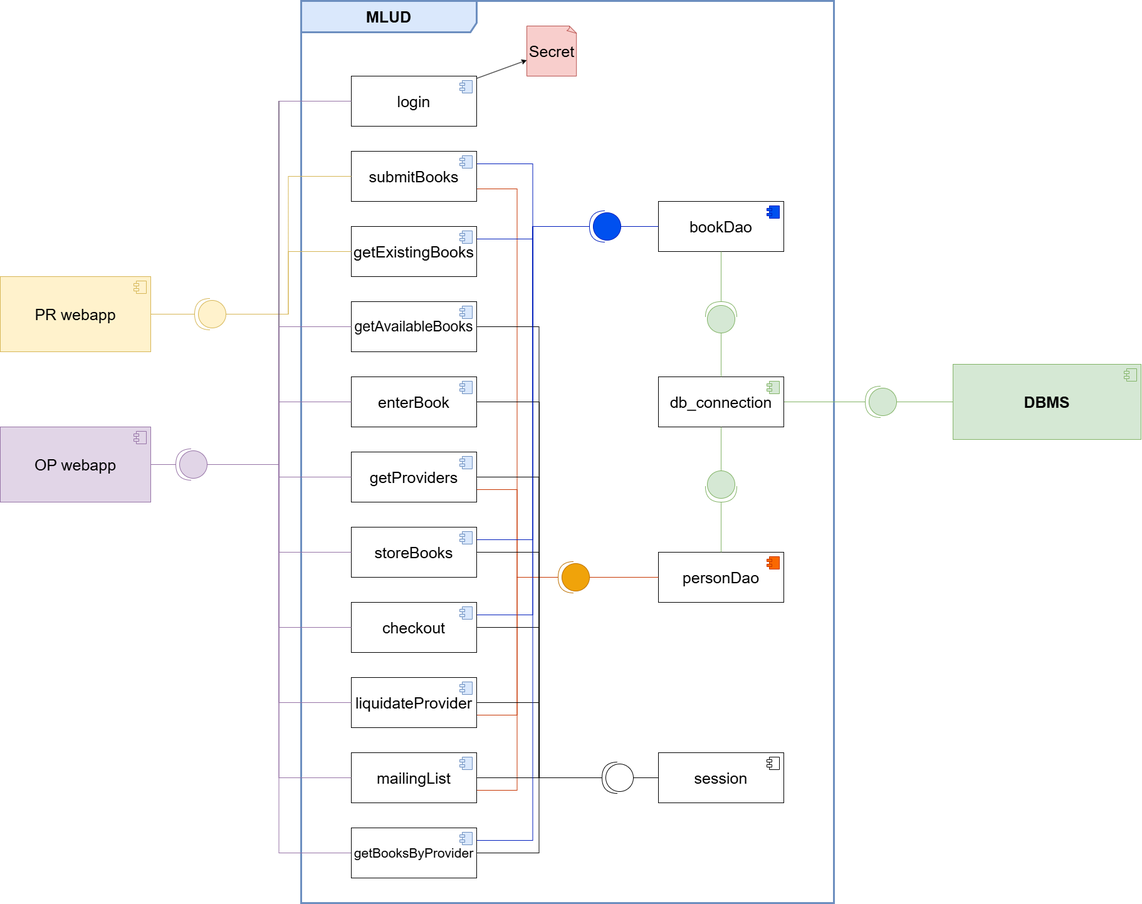
Earlier version of the draw.io export documentation/assets/component_diagram.png (pontig/lokalino_mlud). Source tidied: cells renumbered, new cells last; positions are measured from the earlier drawing's top-left corner, leaving out a move shared by most shapes.
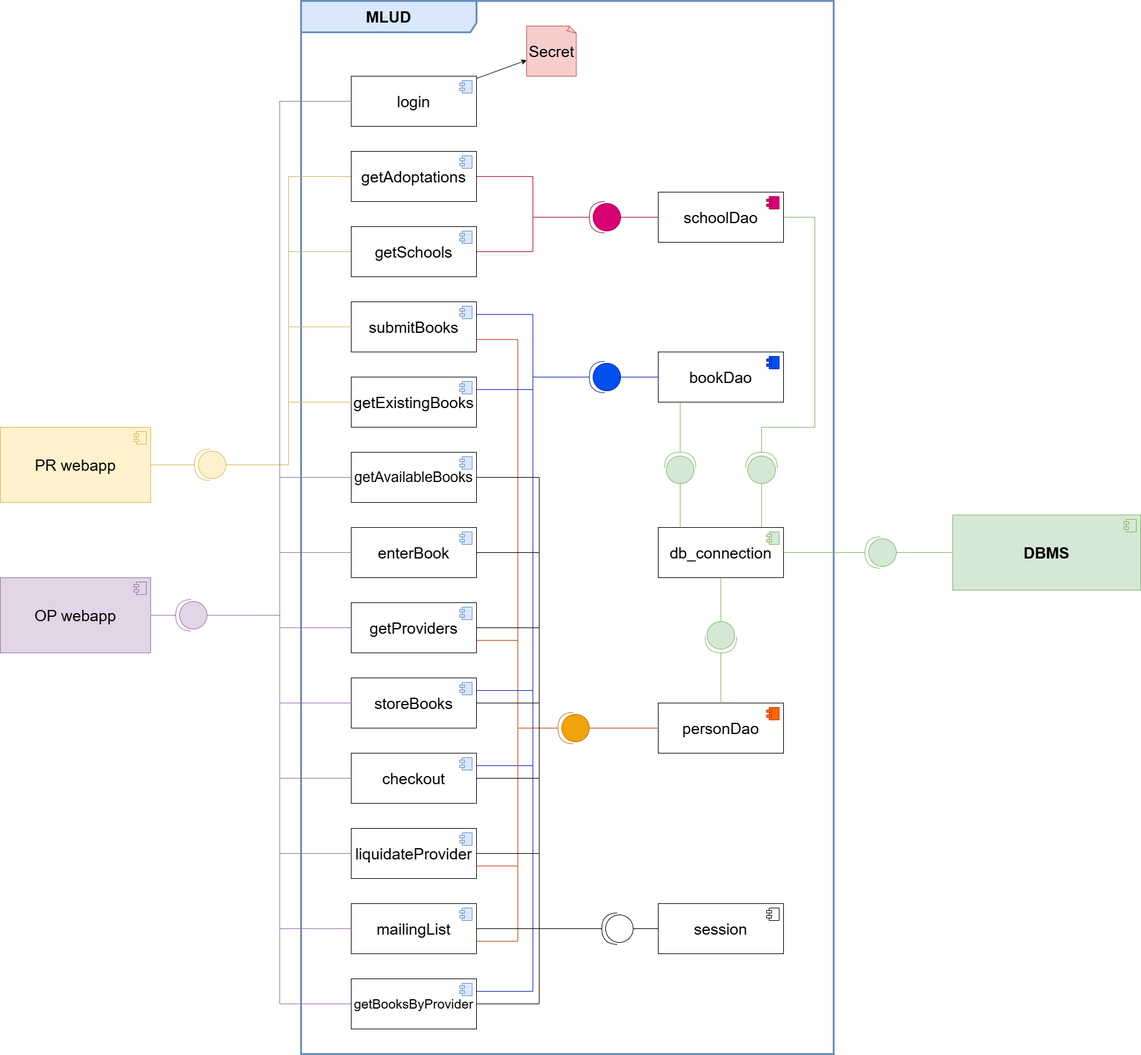
After the change.

The edit, as a diff of the source:
```diff
@@ -42,7 +42,7 @@
       <mxGeometry relative="1" as="geometry" />
     </mxCell>
     <mxCell id="13" value="login" style="html=1;whiteSpace=wrap;fontSize=25;" parent="1" vertex="1">
-      <mxGeometry x="560" y="120" width="200" height="80" as="geometry" />
+      <mxGeometry x="560" y="-120" width="200" height="80" as="geometry" />
     </mxCell>
     <mxCell id="14" style="shape=module;jettyWidth=8;jettyHeight=4;fontSize=25;fillColor=#dae8fc;strokeColor=#6c8ebf;" parent="13" vertex="1">
       <mxGeometry x="1" width="20" height="20" relative="1" as="geometry">
@@ -105,7 +105,7 @@
       </mxGeometry>
     </mxCell>
     <mxCell id="30" value="&lt;font&gt;MLUD&lt;/font&gt;" style="shape=umlFrame;whiteSpace=wrap;html=1;width=280;height=50;fontStyle=1;fillColor=#dae8fc;strokeColor=#6c8ebf;strokeWidth=3;fontSize=25;" parent="1" vertex="1">
-      <mxGeometry x="480" width="850" height="1440" as="geometry" />
+      <mxGeometry x="480" y="-240" width="850" height="1680" as="geometry" />
     </mxCell>
     <mxCell id="31" value="bookDao" style="html=1;whiteSpace=wrap;fontSize=25;" parent="1" vertex="1">
       <mxGeometry x="1050" y="320" width="200" height="80" as="geometry" />
@@ -135,7 +135,7 @@
       </mxGeometry>
     </mxCell>
     <mxCell id="38" value="Secret" style="whiteSpace=wrap;html=1;shape=mxgraph.basic.document;fontSize=25;fillColor=#f8cecc;strokeColor=#b85450;" parent="1" vertex="1">
-      <mxGeometry x="840" y="40" width="80" height="80" as="geometry" />
+      <mxGeometry x="840" y="-200" width="80" height="80" as="geometry" />
     </mxCell>
     <mxCell id="39" value="personDao" style="html=1;whiteSpace=wrap;fontSize=25;" parent="1" vertex="1">
       <mxGeometry x="1050" y="880" width="200" height="80" as="geometry" />
@@ -171,13 +171,23 @@
       <mxGeometry x="1380" y="615" width="50" height="50" as="geometry" />
     </mxCell>
     <mxCell id="48" style="edgeStyle=orthogonalEdgeStyle;rounded=0;jettySize=auto;html=1;endArrow=none;startFill=0;fontSize=25;fillColor=#d5e8d4;strokeColor=#82b366;" parent="1" edge="1" source="50" target="31">
-      <mxGeometry relative="1" as="geometry" />
+      <mxGeometry relative="1" as="geometry">
+        <Array as="points">
+          <mxPoint x="1085" y="420" />
+          <mxPoint x="1085" y="420" />
+        </Array>
+      </mxGeometry>
     </mxCell>
     <mxCell id="49" style="edgeStyle=orthogonalEdgeStyle;rounded=0;jettySize=auto;html=1;endArrow=none;startFill=0;fontSize=25;fillColor=#d5e8d4;strokeColor=#82b366;" parent="1" edge="1" source="50" target="34">
-      <mxGeometry relative="1" as="geometry" />
+      <mxGeometry relative="1" as="geometry">
+        <Array as="points">
+          <mxPoint x="1085" y="570" />
+          <mxPoint x="1085" y="570" />
+        </Array>
+      </mxGeometry>
     </mxCell>
     <mxCell id="50" style="shape=providedRequiredInterface;html=1;verticalLabelPosition=bottom;sketch=0;flipH=1;direction=north;fontSize=25;fillColor=#d5e8d4;strokeColor=#82b366;" parent="1" vertex="1">
-      <mxGeometry x="1125" y="480" width="50" height="50" as="geometry" />
+      <mxGeometry x="1060" y="480" width="50" height="50" as="geometry" />
     </mxCell>
     <mxCell id="51" style="edgeStyle=orthogonalEdgeStyle;rounded=0;jettySize=auto;html=1;endArrow=none;startFill=0;fontSize=25;fillColor=#d5e8d4;strokeColor=#82b366;" parent="1" edge="1" source="53" target="34">
       <mxGeometry relative="1" as="geometry" />
@@ -240,6 +250,12 @@
     <mxCell id="69" style="edgeStyle=elbowEdgeStyle;rounded=0;jettySize=auto;html=1;endArrow=none;startFill=0;fontSize=25;fillColor=#fff2cc;strokeColor=#d6b656;" parent="1" edge="1" source="70" target="7">
       <mxGeometry relative="1" as="geometry" />
     </mxCell>
+    <mxCell id="91" style="edgeStyle=elbowEdgeStyle;rounded=0;jettySize=auto;html=1;endArrow=none;startFill=0;fillColor=#fff2cc;strokeColor=#d6b656;" parent="1" edge="1" source="70" target="94">
+      <mxGeometry relative="1" as="geometry" />
+    </mxCell>
+    <mxCell id="92" style="edgeStyle=elbowEdgeStyle;rounded=0;jettySize=auto;html=1;endArrow=none;startFill=0;fillColor=#fff2cc;strokeColor=#d6b656;" parent="1" edge="1" source="70" target="100">
+      <mxGeometry relative="1" as="geometry" />
+    </mxCell>
     <mxCell id="70" style="shape=providedRequiredInterface;html=1;verticalLabelPosition=bottom;sketch=0;flipH=1;fontSize=25;fillColor=#fff2cc;strokeColor=#d6b656;" parent="1" vertex="1">
       <mxGeometry x="310" y="475" width="50" height="50" as="geometry" />
     </mxCell>
@@ -305,5 +321,61 @@
     <mxCell id="90" style="shape=providedRequiredInterface;html=1;verticalLabelPosition=bottom;sketch=0;flipH=1;direction=east;fontSize=25;fillColor=#0050ef;fontColor=#ffffff;strokeColor=#001DBC;" parent="1" vertex="1">
       <mxGeometry x="940" y="335" width="50" height="50" as="geometry" />
     </mxCell>
+    <mxCell id="93" style="edgeStyle=elbowEdgeStyle;rounded=0;jettySize=auto;html=1;fillColor=#d80073;strokeColor=#A50040;endArrow=none;startFill=0;" parent="1" edge="1" source="94" target="103">
+      <mxGeometry relative="1" as="geometry" />
+    </mxCell>
+    <mxCell id="94" value="getSchools" style="html=1;whiteSpace=wrap;fontSize=25;" parent="1" vertex="1">
+      <mxGeometry x="560" y="120" width="200" height="80" as="geometry" />
+    </mxCell>
+    <mxCell id="95" style="shape=module;jettyWidth=8;jettyHeight=4;fontSize=25;fillColor=#dae8fc;strokeColor=#6c8ebf;" parent="94" vertex="1">
+      <mxGeometry x="1" width="20" height="20" relative="1" as="geometry">
+        <mxPoint x="-27" y="7" as="offset" />
+      </mxGeometry>
+    </mxCell>
+    <mxCell id="96" style="edgeStyle=orthogonalEdgeStyle;rounded=0;jettySize=auto;html=1;endArrow=none;startFill=0;fillColor=#d5e8d4;strokeColor=#82b366;" parent="1" edge="1" source="97" target="105">
+      <mxGeometry relative="1" as="geometry">
+        <Array as="points">
+          <mxPoint x="1300" y="105" />
+          <mxPoint x="1300" y="440" />
+          <mxPoint x="1215" y="440" />
+        </Array>
+      </mxGeometry>
+    </mxCell>
+    <mxCell id="97" value="schoolDao" style="html=1;whiteSpace=wrap;fontSize=25;" parent="1" vertex="1">
+      <mxGeometry x="1050" y="65" width="200" height="80" as="geometry" />
+    </mxCell>
+    <mxCell id="98" style="shape=module;jettyWidth=8;jettyHeight=4;fontSize=25;fillColor=#d80073;strokeColor=#A50040;fontColor=#ffffff;" parent="97" vertex="1">
+      <mxGeometry x="1" width="20" height="20" relative="1" as="geometry">
+        <mxPoint x="-27" y="7" as="offset" />
+      </mxGeometry>
+    </mxCell>
+    <mxCell id="99" style="edgeStyle=elbowEdgeStyle;rounded=0;jettySize=auto;html=1;fillColor=#d80073;strokeColor=#A50040;endArrow=none;startFill=0;" parent="1" edge="1" source="100" target="103">
+      <mxGeometry relative="1" as="geometry" />
+    </mxCell>
+    <mxCell id="100" value="getAdoptations" style="html=1;whiteSpace=wrap;fontSize=25;" parent="1" vertex="1">
+      <mxGeometry x="560" width="200" height="80" as="geometry" />
+    </mxCell>
+    <mxCell id="101" style="shape=module;jettyWidth=8;jettyHeight=4;fontSize=25;fillColor=#dae8fc;strokeColor=#6c8ebf;" parent="100" vertex="1">
+      <mxGeometry x="1" width="20" height="20" relative="1" as="geometry">
+        <mxPoint x="-27" y="7" as="offset" />
+      </mxGeometry>
+    </mxCell>
+    <mxCell id="102" style="edgeStyle=orthogonalEdgeStyle;rounded=0;jettySize=auto;html=1;fillColor=#d80073;strokeColor=#A50040;endArrow=none;startFill=0;" parent="1" edge="1" source="103" target="97">
+      <mxGeometry relative="1" as="geometry" />
+    </mxCell>
+    <mxCell id="103" style="shape=providedRequiredInterface;html=1;verticalLabelPosition=bottom;sketch=0;flipH=1;direction=east;fontSize=25;fillColor=#d80073;fontColor=#ffffff;strokeColor=#A50040;" parent="1" vertex="1">
+      <mxGeometry x="940" y="80" width="50" height="50" as="geometry" />
+    </mxCell>
+    <mxCell id="104" style="edgeStyle=orthogonalEdgeStyle;rounded=0;jettySize=auto;html=1;endArrow=none;startFill=0;fillColor=#d5e8d4;strokeColor=#82b366;" parent="1" edge="1" source="105" target="34">
+      <mxGeometry relative="1" as="geometry">
+        <Array as="points">
+          <mxPoint x="1215" y="580" />
+          <mxPoint x="1215" y="580" />
+        </Array>
+      </mxGeometry>
+    </mxCell>
+    <mxCell id="105" style="shape=providedRequiredInterface;html=1;verticalLabelPosition=bottom;sketch=0;flipH=1;direction=north;fontSize=25;fillColor=#d5e8d4;strokeColor=#82b366;" parent="1" vertex="1">
+      <mxGeometry x="1190" y="480" width="50" height="50" as="geometry" />
+    </mxCell>
   </root>
 </mxGraphModel>
```
